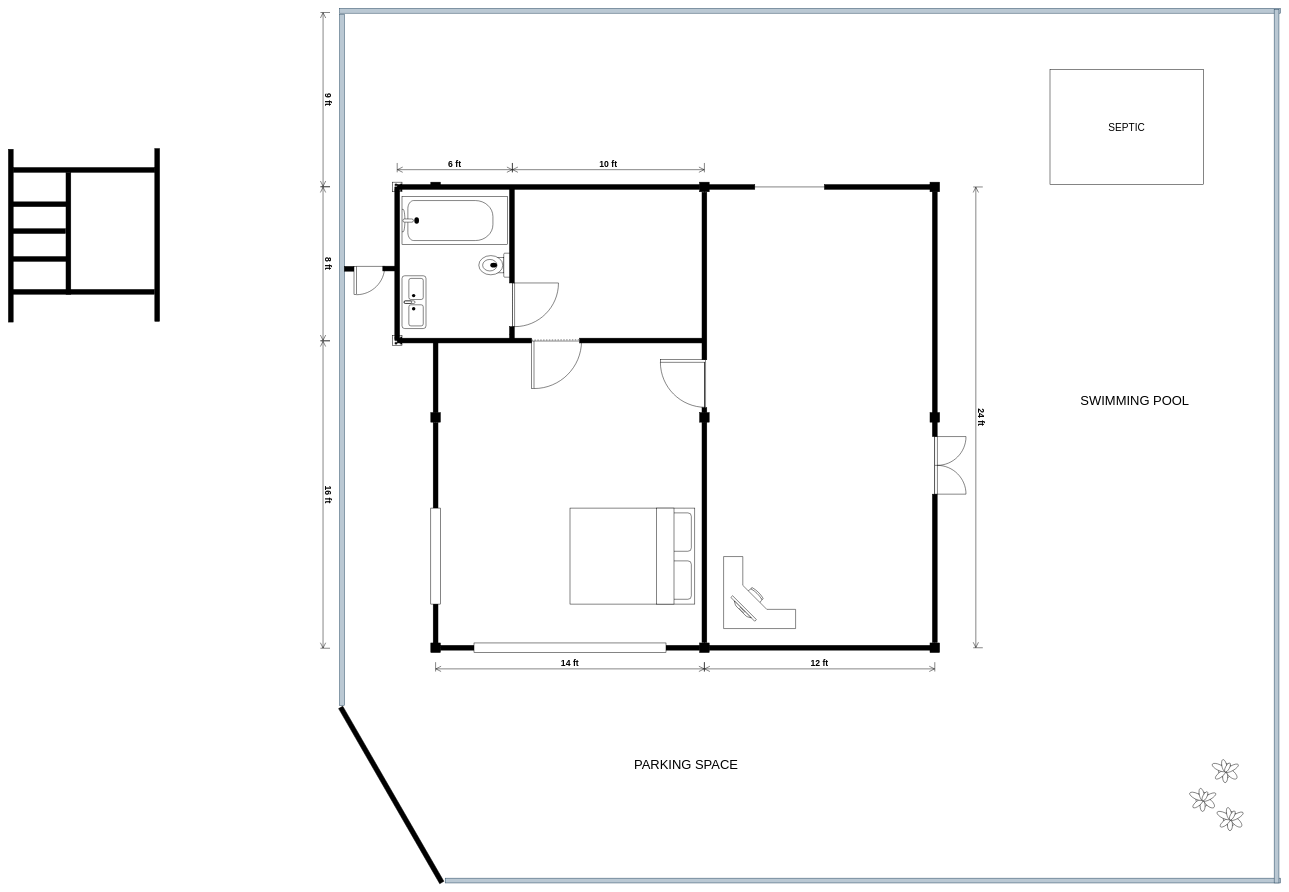
The draw.io diagram kmcc/House.drawio in genmancoder/systems-diagrams, before the edit. Source tidied: cells renumbered, new cells numbered last; positions are measured from the earlier drawing's top-left corner, leaving out a move shared by most shapes. Both pictures are drawn from the tidied source at 48%, with x=0, y=0 at pixel (8, 8).
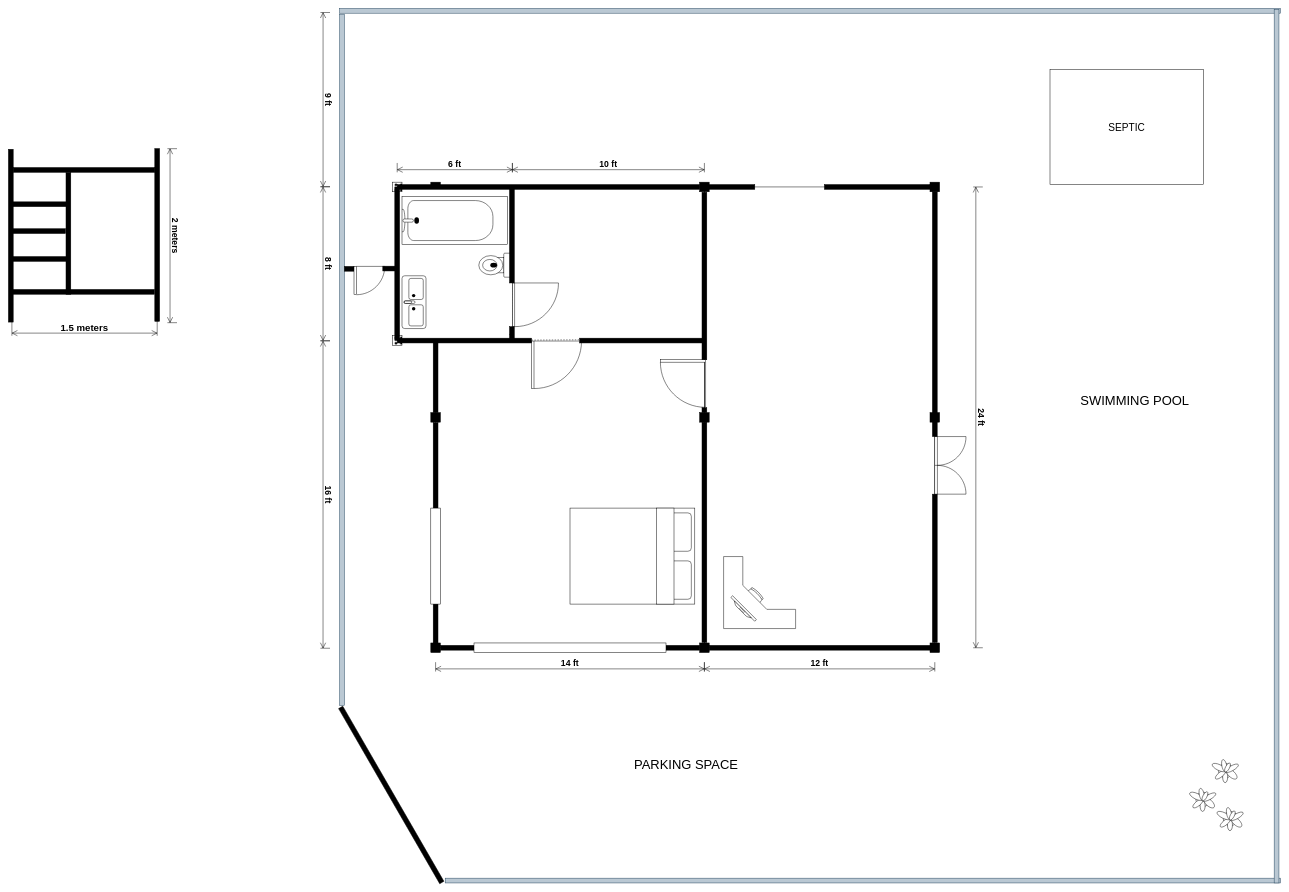
After the change.

Change to the diagram source:
```diff
@@
+    <mxCell id="83" value="1.5 meters" style="shape=dimension;whiteSpace=wrap;html=1;align=center;verticalAlign=bottom;spacingBottom=3;labelBackgroundColor=none;fontStyle=1;fontSize=20;" parent="1" vertex="1">
+      <mxGeometry x="7.3" y="642" width="302.7" height="40" as="geometry" />
+    </mxCell>
+    <mxCell id="84" value="2 meters" style="shape=dimension;whiteSpace=wrap;html=1;align=center;verticalAlign=bottom;spacingBottom=3;labelBackgroundColor=none;rotation=90;direction=east;flipH=0;flipV=0;fontSize=18;fontStyle=1;" parent="1" vertex="1">
+      <mxGeometry x="160" y="463.5" width="362.5" height="20" as="geometry" />
+    </mxCell>
```
